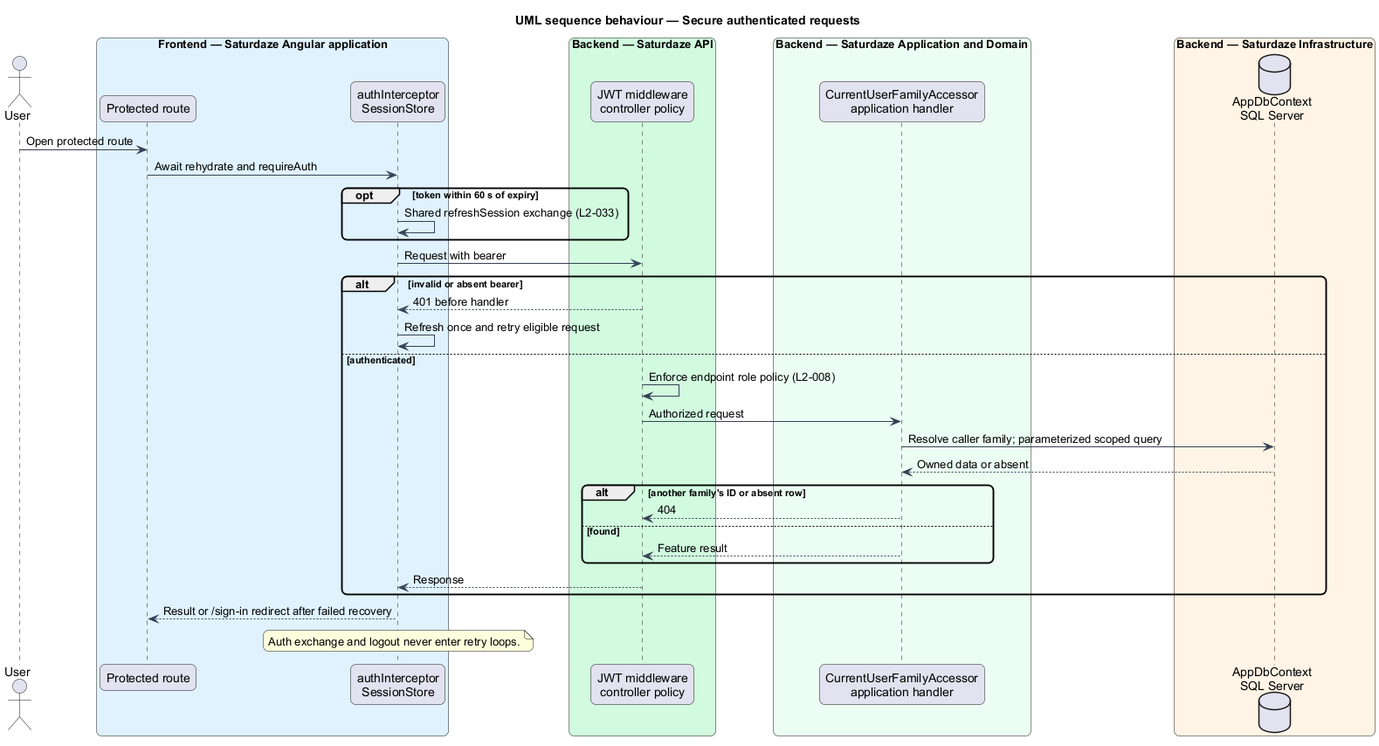
QuinntyneBrown/saturdaze keeps this PlantUML diagram as docs/detailed-designs/identity-and-access/secure-authenticated-requests/diagrams/sequence-authorize.png. Above is the earlier version.
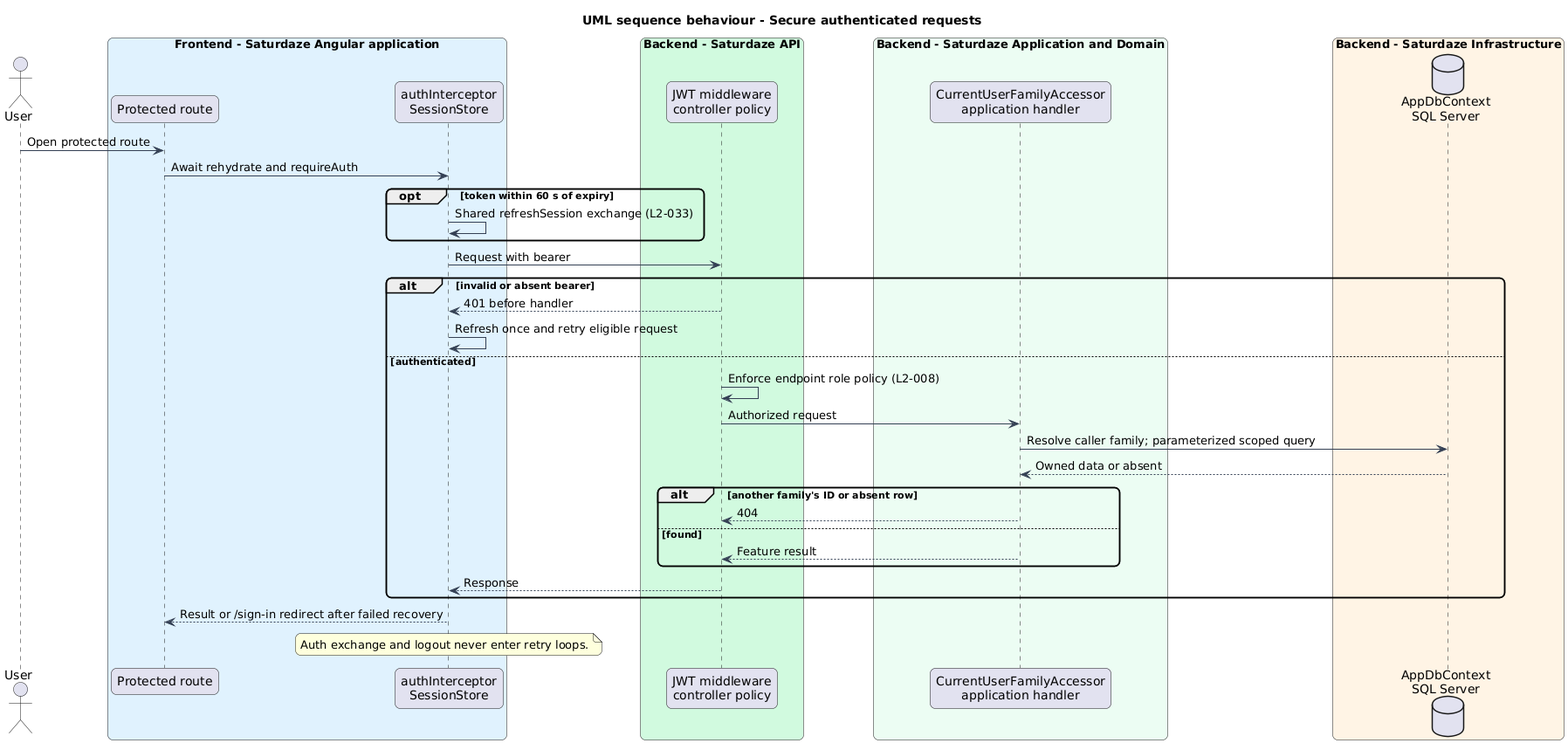
After the change.

What changed in the source:
```diff
@@ -1,22 +1,22 @@
 @startuml
-title UML sequence behaviour — Secure authenticated requests
+title UML sequence behaviour - Secure authenticated requests
 skinparam backgroundColor #FFFFFF
 skinparam shadowing false
 skinparam roundcorner 12
 skinparam defaultFontName Arial
 skinparam ArrowColor #344054
 actor "User" as actor
-box "Frontend — Saturdaze Angular application" #E0F2FE
+box "Frontend - Saturdaze Angular application" #E0F2FE
  participant "Protected route" as page
  participant "authInterceptor\nSessionStore" as client
 end box
-box "Backend — Saturdaze API" #D1FADF
+box "Backend - Saturdaze API" #D1FADF
  participant "JWT middleware\ncontroller policy" as controller
 end box
-box "Backend — Saturdaze Application and Domain" #ECFDF3
+box "Backend - Saturdaze Application and Domain" #ECFDF3
  participant "CurrentUserFamilyAccessor\napplication handler" as handler
 end box
-box "Backend — Saturdaze Infrastructure" #FFF4E5
+box "Backend - Saturdaze Infrastructure" #FFF4E5
  database "AppDbContext\nSQL Server" as db
 end box
 actor -> page : Open protected route
```
